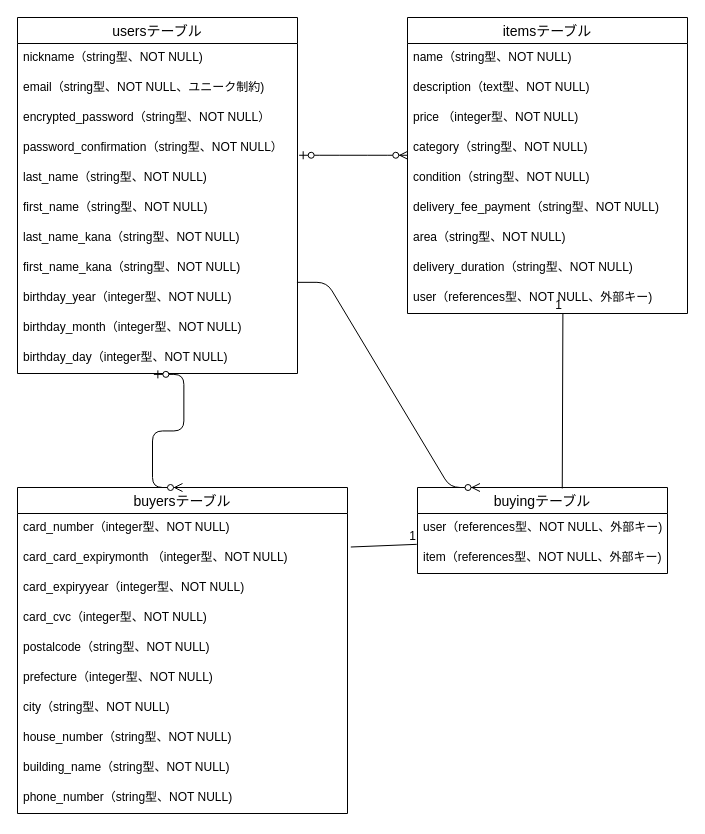
Above: furima.dio in t-fukaishi/furima-40017 (draw.io), before the change. Source tidied: cells renumbered, new cells numbered last; positions are measured from the earlier drawing's top-left corner, leaving out a move shared by most shapes. Both pictures are drawn from the tidied source at 100%, with x=0, y=0 at pixel (17, 17).
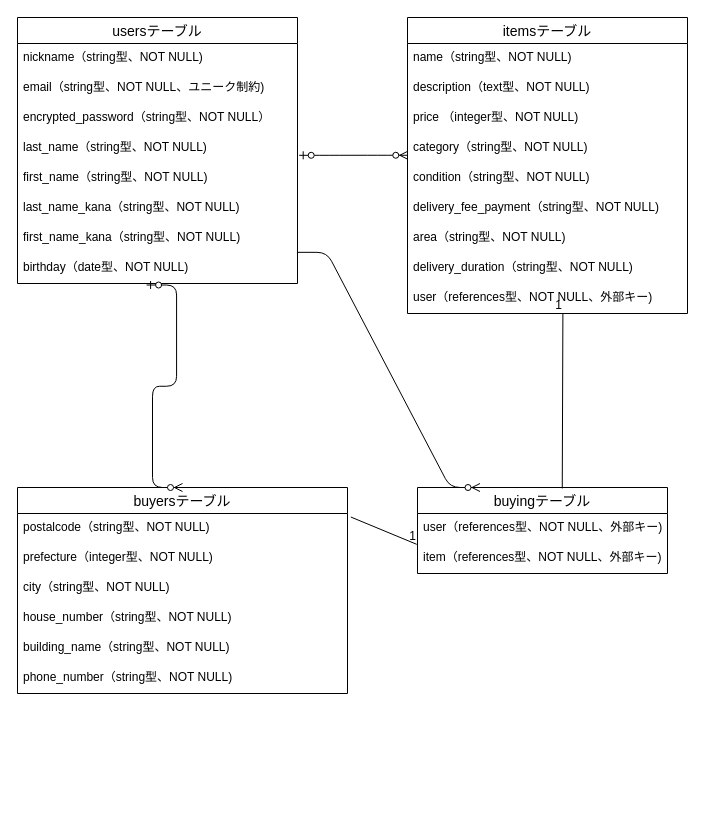
After the change.

The change refers to these unchanged cells:
```xml
<mxCell id="18" value="category（string型、NOT NULL)" style="text;strokeColor=none;fillColor=none;spacingLeft=4;spacingRight=4;overflow=hidden;points=[[0,0.5],[1,0.5]];portConstraint=eastwest;fontSize=12;" parent="14" vertex="1">
  <mxGeometry y="116" width="280" height="30" as="geometry" />
</mxCell>
<mxCell id="37" value="item（references型、NOT NULL、外部キー)" style="text;strokeColor=none;fillColor=none;spacingLeft=4;spacingRight=4;overflow=hidden;points=[[0,0.5],[1,0.5]];portConstraint=eastwest;fontSize=12;" parent="35" vertex="1">
  <mxGeometry y="56" width="250" height="30" as="geometry" />
</mxCell>
```

Diff of the diagram source:
```diff
@@
     <mxCell id="2" value="usersテーブル" style="swimlane;fontStyle=0;horizontal=1;startSize=26;align=center;fontSize=14;" parent="1" vertex="1">
-      <mxGeometry width="280" height="356" as="geometry" />
+      <mxGeometry width="280" height="266" as="geometry" />
     </mxCell>
@@
-    <mxCell id="6" value="password_confirmation（string型、NOT NULL）" style="text;strokeColor=none;fillColor=none;spacingLeft=4;spacingRight=4;overflow=hidden;points=[[0,0.5],[1,0.5]];portConstraint=eastwest;fontSize=12;" parent="2" vertex="1">
-      <mxGeometry y="116" width="280" height="30" as="geometry" />
-    </mxCell>
     <mxCell id="7" value="last_name（string型、NOT NULL)" style="text;strokeColor=none;fillColor=none;spacingLeft=4;spacingRight=4;overflow=hidden;fontSize=12;" parent="2" vertex="1">
-      <mxGeometry y="146" width="280" height="30" as="geometry" />
+      <mxGeometry y="116" width="280" height="30" as="geometry" />
     </mxCell>
     <mxCell id="8" value="first_name（string型、NOT NULL)" style="text;strokeColor=none;fillColor=none;spacingLeft=4;spacingRight=4;overflow=hidden;fontSize=12;" parent="2" vertex="1">
-      <mxGeometry y="176" width="280" height="30" as="geometry" />
+      <mxGeometry y="146" width="280" height="30" as="geometry" />
     </mxCell>
     <mxCell id="9" value="last_name_kana（string型、NOT NULL)" style="text;strokeColor=none;fillColor=none;spacingLeft=4;spacingRight=4;overflow=hidden;fontSize=12;" parent="2" vertex="1">
-      <mxGeometry y="206" width="280" height="30" as="geometry" />
+      <mxGeometry y="176" width="280" height="30" as="geometry" />
     </mxCell>
     <mxCell id="10" value="first_name_kana（string型、NOT NULL)" style="text;strokeColor=none;fillColor=none;spacingLeft=4;spacingRight=4;overflow=hidden;fontSize=12;" parent="2" vertex="1">
-      <mxGeometry y="236" width="280" height="30" as="geometry" />
+      <mxGeometry y="206" width="280" height="30" as="geometry" />
     </mxCell>
-    <mxCell id="11" value="birthday_year（integer型、NOT NULL)" style="text;strokeColor=none;fillColor=none;spacingLeft=4;spacingRight=4;overflow=hidden;points=[[0,0.5],[1,0.5]];portConstraint=eastwest;fontSize=12;" parent="2" vertex="1">
-      <mxGeometry y="266" width="280" height="30" as="geometry" />
+    <mxCell id="11" value="birthday（date型、NOT NULL)" style="text;strokeColor=none;fillColor=none;spacingLeft=4;spacingRight=4;overflow=hidden;points=[[0,0.5],[1,0.5]];portConstraint=eastwest;fontSize=12;" parent="2" vertex="1">
+      <mxGeometry y="236" width="280" height="30" as="geometry" />
     </mxCell>
-    <mxCell id="12" value="birthday_month（integer型、NOT NULL)" style="text;strokeColor=none;fillColor=none;spacingLeft=4;spacingRight=4;overflow=hidden;fontSize=12;" parent="2" vertex="1">
-      <mxGeometry y="296" width="280" height="30" as="geometry" />
-    </mxCell>
-    <mxCell id="13" value="birthday_day（integer型、NOT NULL)" style="text;strokeColor=none;fillColor=none;spacingLeft=4;spacingRight=4;overflow=hidden;points=[[0,0.5],[1,0.5]];portConstraint=eastwest;fontSize=12;" parent="2" vertex="1">
-      <mxGeometry y="326" width="280" height="30" as="geometry" />
-    </mxCell>
@@
     <mxCell id="24" value="buyersテーブル" style="swimlane;fontStyle=0;horizontal=1;startSize=26;align=center;fontSize=14;strokeColor=default;fillColor=none;" parent="1" vertex="1">
-      <mxGeometry y="470" width="330" height="326" as="geometry" />
+      <mxGeometry y="470" width="330" height="206" as="geometry" />
     </mxCell>
-    <mxCell id="25" value="card_number（integer型、NOT NULL)&#10;" style="text;strokeColor=none;fillColor=none;spacingLeft=4;spacingRight=4;overflow=hidden;fontSize=12;" parent="24" vertex="1">
-      <mxGeometry y="26" width="330" height="30" as="geometry" />
-    </mxCell>
-    <mxCell id="26" value="card_card_expirymonth （integer型、NOT NULL)&#10;" style="text;strokeColor=none;fillColor=none;spacingLeft=4;spacingRight=4;overflow=hidden;points=[[0,0.5],[1,0.5]];portConstraint=eastwest;fontSize=12;" parent="24" vertex="1">
-      <mxGeometry y="56" width="330" height="30" as="geometry" />
-    </mxCell>
-    <mxCell id="27" value="card_expiryyear（integer型、NOT NULL)&#10;" style="text;strokeColor=none;fillColor=none;spacingLeft=4;spacingRight=4;overflow=hidden;fontSize=12;" parent="24" vertex="1">
-      <mxGeometry y="86" width="330" height="30" as="geometry" />
-    </mxCell>
-    <mxCell id="28" value="card_cvc（integer型、NOT NULL)&#10;" style="text;strokeColor=none;fillColor=none;spacingLeft=4;spacingRight=4;overflow=hidden;fontSize=12;" parent="24" vertex="1">
-      <mxGeometry y="116" width="330" height="30" as="geometry" />
-    </mxCell>
     <mxCell id="29" value="postalcode（string型、NOT NULL)&#10;" style="text;strokeColor=none;fillColor=none;spacingLeft=4;spacingRight=4;overflow=hidden;fontSize=12;" parent="24" vertex="1">
-      <mxGeometry y="146" width="330" height="30" as="geometry" />
+      <mxGeometry y="26" width="330" height="30" as="geometry" />
     </mxCell>
     <mxCell id="30" value="prefecture（integer型、NOT NULL)&#10;" style="text;strokeColor=none;fillColor=none;spacingLeft=4;spacingRight=4;overflow=hidden;fontSize=12;" parent="24" vertex="1">
-      <mxGeometry y="176" width="330" height="30" as="geometry" />
+      <mxGeometry y="56" width="330" height="30" as="geometry" />
     </mxCell>
     <mxCell id="31" value="city（string型、NOT NULL)&#10;" style="text;strokeColor=none;fillColor=none;spacingLeft=4;spacingRight=4;overflow=hidden;fontSize=12;" parent="24" vertex="1">
-      <mxGeometry y="206" width="330" height="30" as="geometry" />
+      <mxGeometry y="86" width="330" height="30" as="geometry" />
     </mxCell>
     <mxCell id="32" value="house_number（string型、NOT NULL)&#10;" style="text;strokeColor=none;fillColor=none;spacingLeft=4;spacingRight=4;overflow=hidden;fontSize=12;" parent="24" vertex="1">
-      <mxGeometry y="236" width="330" height="30" as="geometry" />
+      <mxGeometry y="116" width="330" height="30" as="geometry" />
     </mxCell>
     <mxCell id="33" value="building_name（string型、NOT NULL)&#10;" style="text;strokeColor=none;fillColor=none;spacingLeft=4;spacingRight=4;overflow=hidden;fontSize=12;" parent="24" vertex="1">
-      <mxGeometry y="266" width="330" height="30" as="geometry" />
+      <mxGeometry y="146" width="330" height="30" as="geometry" />
     </mxCell>
     <mxCell id="34" value="phone_number（string型、NOT NULL)&#10;" style="text;strokeColor=none;fillColor=none;spacingLeft=4;spacingRight=4;overflow=hidden;fontSize=12;" parent="24" vertex="1">
-      <mxGeometry y="296" width="330" height="30" as="geometry" />
+      <mxGeometry y="176" width="330" height="30" as="geometry" />
     </mxCell>
@@
-    <mxCell id="38" style="edgeStyle=entityRelationEdgeStyle;fontSize=12;html=1;endArrow=ERzeroToMany;startArrow=ERzeroToOne;exitX=1.006;exitY=0.725;exitDx=0;exitDy=0;exitPerimeter=0;entryX=0.001;entryY=0.725;entryDx=0;entryDy=0;entryPerimeter=0;" parent="1" edge="1" source="6" target="18">
-      <mxGeometry relative="1" as="geometry" />
+    <mxCell id="38" style="edgeStyle=entityRelationEdgeStyle;fontSize=12;html=1;endArrow=ERzeroToMany;startArrow=ERzeroToOne;exitX=1.006;exitY=0.725;exitDx=0;exitDy=0;exitPerimeter=0;entryX=0.001;entryY=0.725;entryDx=0;entryDy=0;entryPerimeter=0;" parent="1" edge="1" target="18">
+      <mxGeometry relative="1" as="geometry">
+        <mxPoint x="281.7" y="137.8" as="sourcePoint" />
+      </mxGeometry>
     </mxCell>
-    <mxCell id="39" style="edgeStyle=entityRelationEdgeStyle;fontSize=12;html=1;endArrow=ERzeroToMany;startArrow=ERzeroToOne;entryX=0.5;entryY=0;entryDx=0;entryDy=0;exitX=0.487;exitY=1.029;exitDx=0;exitDy=0;exitPerimeter=0;" parent="1" edge="1" source="13" target="24">
+    <mxCell id="39" style="edgeStyle=entityRelationEdgeStyle;fontSize=12;html=1;endArrow=ERzeroToMany;startArrow=ERzeroToOne;entryX=0.5;entryY=0;entryDx=0;entryDy=0;exitX=0.461;exitY=1.051;exitDx=0;exitDy=0;exitPerimeter=0;" parent="1" edge="1" source="11" target="24">
       <mxGeometry relative="1" as="geometry" />
     </mxCell>
@@
-    <mxCell id="42" style="endArrow=none;html=1;rounded=0;entryX=-0.003;entryY=0.028;entryDx=0;entryDy=0;entryPerimeter=0;exitX=1.01;exitY=0.117;exitDx=0;exitDy=0;exitPerimeter=0;" parent="1" edge="1" source="26" target="37">
-      <mxGeometry relative="1" as="geometry" />
+    <mxCell id="42" style="endArrow=none;html=1;rounded=0;entryX=-0.003;entryY=0.028;entryDx=0;entryDy=0;entryPerimeter=0;exitX=1.01;exitY=0.117;exitDx=0;exitDy=0;exitPerimeter=0;" parent="1" edge="1" target="37">
+      <mxGeometry relative="1" as="geometry">
+        <mxPoint x="333.3" y="499.5" as="sourcePoint" />
+      </mxGeometry>
     </mxCell>
```
